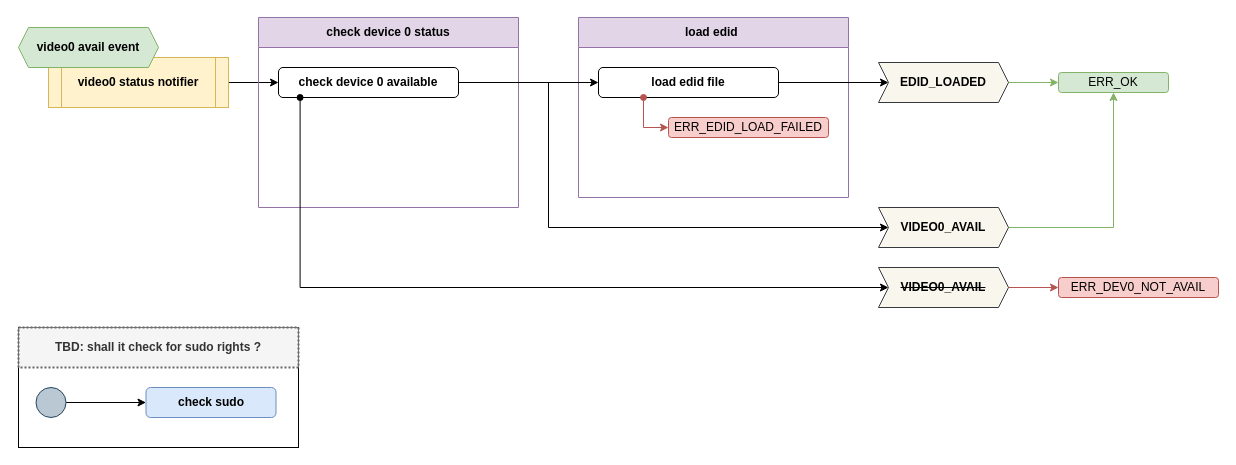
This is page "hw-status-notifier" (4 of 10) of docs/arch/arch.drawio from repeact/embedded-sw, a draw.io file, before an edit. Source tidied: cells renumbered, new cells numbered last; positions are measured from the earlier drawing's top-left corner, leaving out a move shared by most shapes. Both pictures are drawn from the tidied source at 100%, with x=0, y=0 at pixel (18, 17).
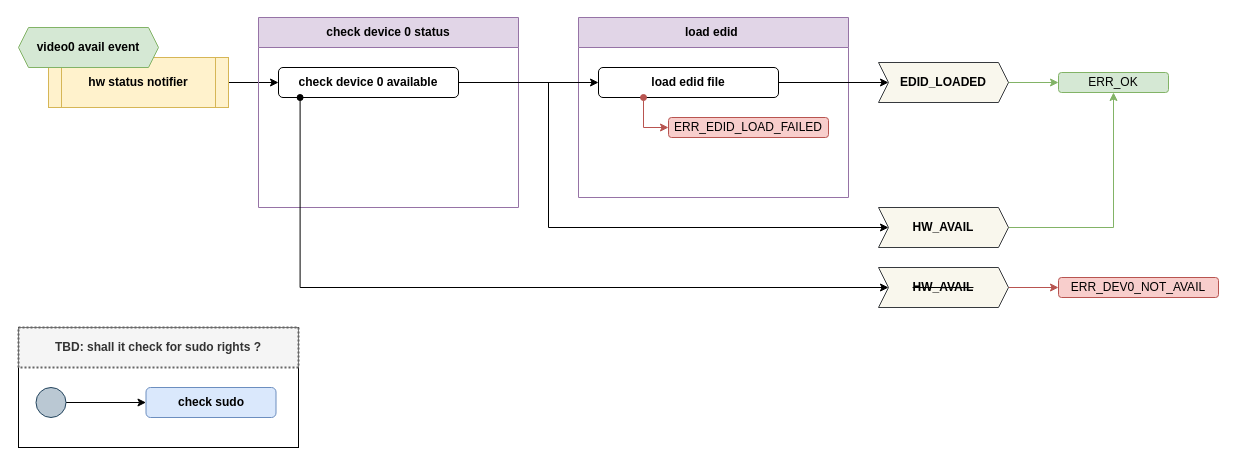
After the change.

Commit message (it also covers changes not shown here):
docs(arch): simplify VIDEO0_AVAIL flag to HW_AVAIL

This commit also embeds some renaming on the hw status notifier arch.

Change to the diagram source:
```diff
@@
-    <mxCell id="12" value="&lt;span style=&quot;font-size: 12px;&quot;&gt;&lt;b&gt;video0 status notifier&lt;/b&gt;&lt;/span&gt;" style="shape=process;whiteSpace=wrap;html=1;backgroundOutline=1;size=0.07142857142857142;strokeWidth=1;fontSize=8;fillColor=#fff2cc;strokeColor=#d6b656;" parent="1" vertex="1">
+    <mxCell id="12" value="&lt;b style=&quot;font-size: 12px;&quot;&gt;hw status notifier&lt;/b&gt;" style="shape=process;whiteSpace=wrap;html=1;backgroundOutline=1;size=0.07142857142857142;strokeWidth=1;fontSize=8;fillColor=#fff2cc;strokeColor=#d6b656;" parent="1" vertex="1">
       <mxGeometry x="30" y="40" width="180" height="50" as="geometry" />
     </mxCell>
@@
-    <mxCell id="19" value="&lt;b&gt;VIDEO0_AVAIL&lt;/b&gt;" style="shape=step;perimeter=stepPerimeter;whiteSpace=wrap;html=1;fixedSize=1;size=10;fillColor=#f9f7ed;strokeColor=#36393d;" parent="1" vertex="1">
+    <mxCell id="19" value="&lt;b&gt;HW_AVAIL&lt;/b&gt;" style="shape=step;perimeter=stepPerimeter;whiteSpace=wrap;html=1;fixedSize=1;size=10;fillColor=#f9f7ed;strokeColor=#36393d;" parent="1" vertex="1">
       <mxGeometry x="860" y="190" width="130" height="40" as="geometry" />
     </mxCell>
@@
-    <mxCell id="24" value="&lt;b&gt;&lt;strike&gt;VIDEO0_AVAIL&lt;/strike&gt;&lt;/b&gt;" style="shape=step;perimeter=stepPerimeter;whiteSpace=wrap;html=1;fixedSize=1;size=10;fillColor=#f9f7ed;strokeColor=#36393d;" parent="1" vertex="1">
+    <mxCell id="24" value="&lt;b&gt;&lt;strike&gt;HW_AVAIL&lt;/strike&gt;&lt;/b&gt;" style="shape=step;perimeter=stepPerimeter;whiteSpace=wrap;html=1;fixedSize=1;size=10;fillColor=#f9f7ed;strokeColor=#36393d;" parent="1" vertex="1">
       <mxGeometry x="860" y="250" width="130" height="40" as="geometry" />
     </mxCell>
```
